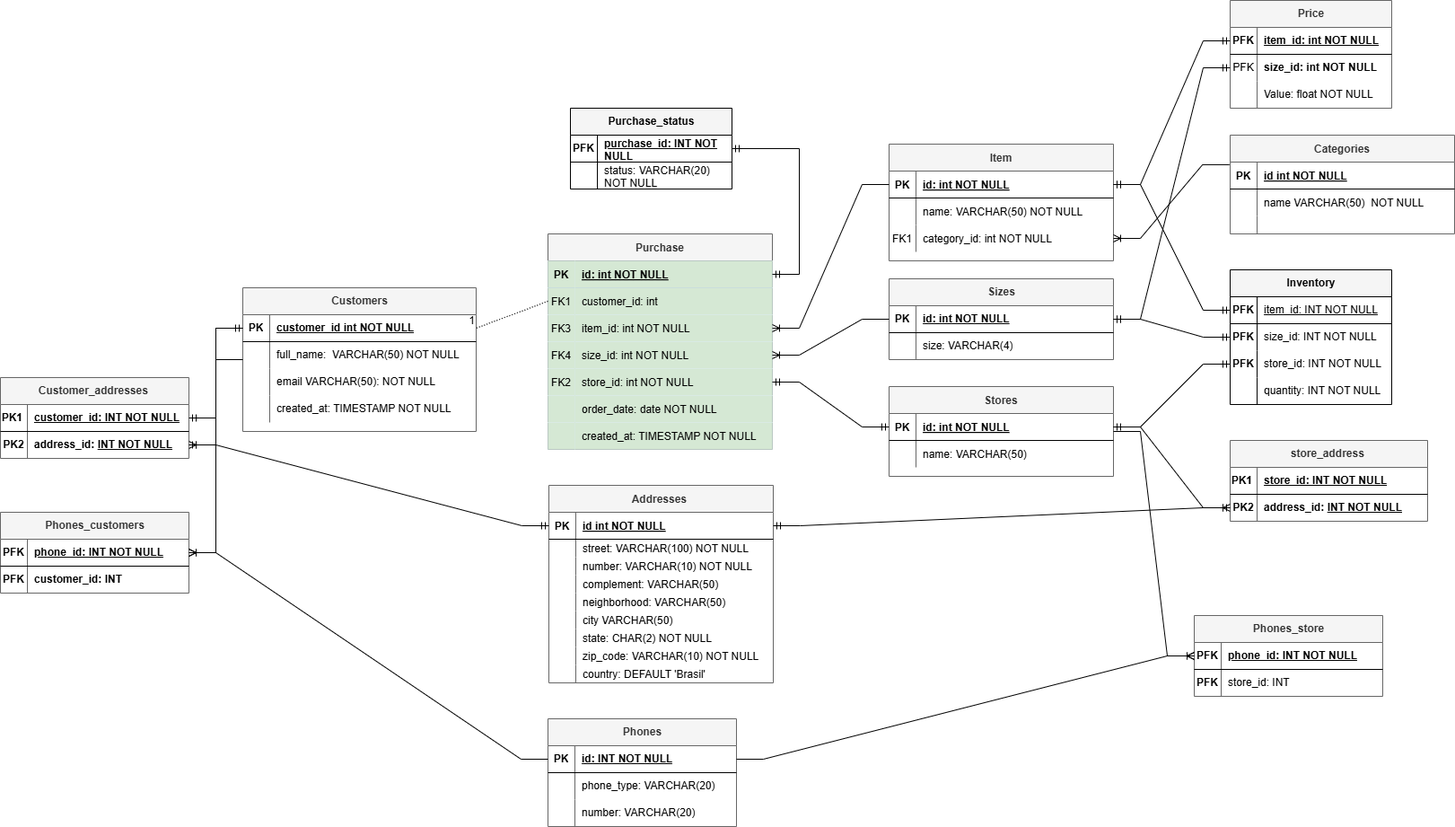
Before: E_commerce_OLTP_schema.png, a diagram exported from draw.io (ruancastro/e-commercy-database). Source tidied: cells renumbered, new cells last; positions are measured from the earlier drawing's top-left corner, leaving out a move shared by most shapes.
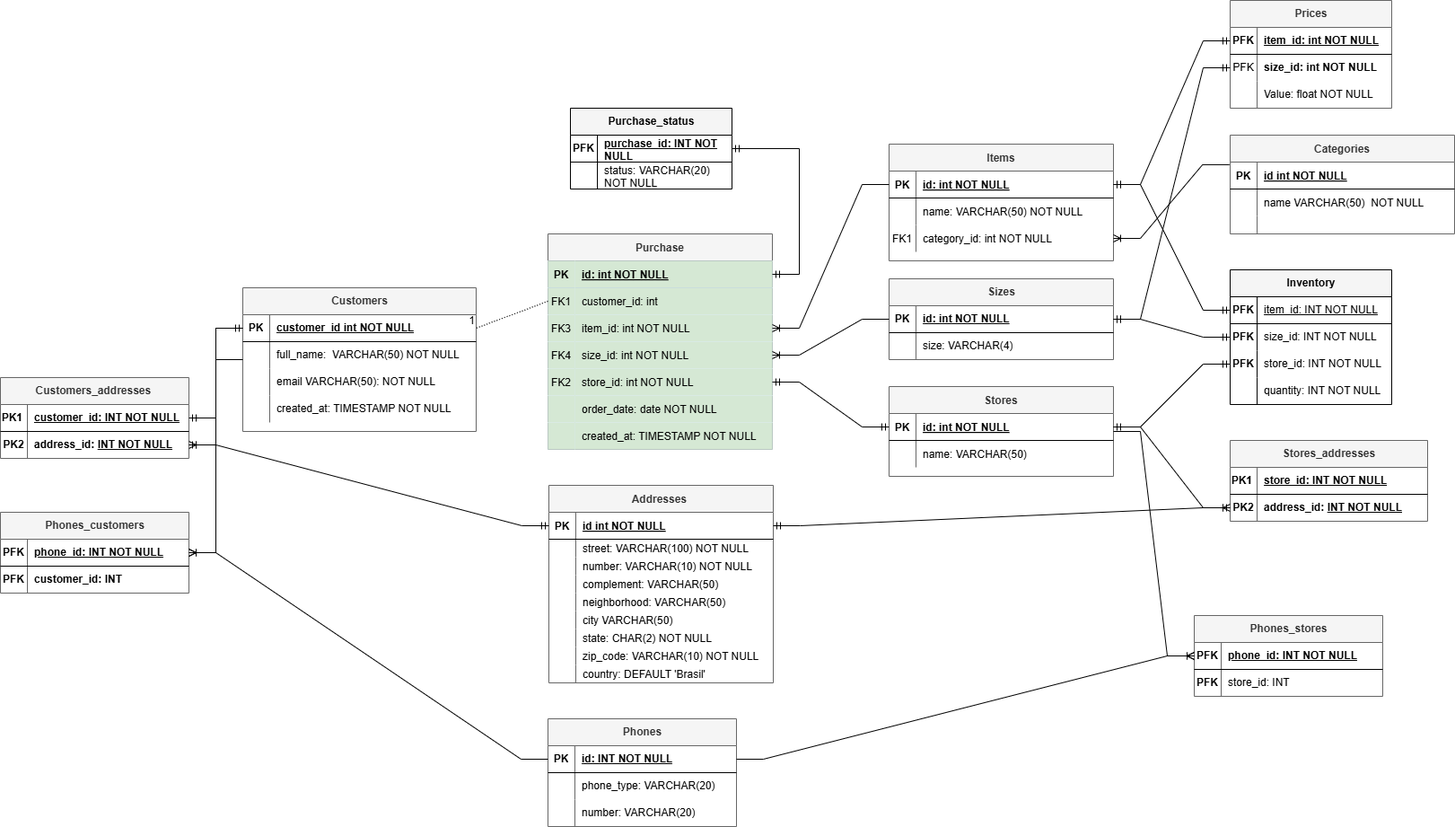
Above is the later version.

Commit message:
updating some tables names

The edit, as a diff of the source:
```diff
@@ -89,7 +89,7 @@
     <mxCell id="30" value="created_at: TIMESTAMP NOT NULL" style="shape=partialRectangle;overflow=hidden;fillColor=#d5e8d4;top=0;left=0;bottom=0;right=0;align=left;spacingLeft=6;strokeColor=#82b366;" parent="28" vertex="1">
       <mxGeometry x="30" width="220" height="30" as="geometry" />
     </mxCell>
-    <mxCell id="31" value="Item" style="shape=table;startSize=30;rowLines=0;fontStyle=1;align=center;fillColor=#f5f5f5;fontColor=#333333;strokeColor=#666666;" parent="1" vertex="1">
+    <mxCell id="31" value="Items" style="shape=table;startSize=30;rowLines=0;fontStyle=1;align=center;fillColor=#f5f5f5;fontColor=#333333;strokeColor=#666666;" parent="1" vertex="1">
       <mxGeometry x="990" y="160" width="250" height="130" as="geometry" />
     </mxCell>
     <mxCell id="32" style="shape=partialRectangle;fillColor=none;points=[[0,0.5],[1,0.5]];portConstraint=eastwest;top=0;left=0;right=0;bottom=1;" parent="31" vertex="1">
@@ -302,7 +302,7 @@
     <mxCell id="101" style="edgeStyle=entityRelationEdgeStyle;fontSize=12;html=1;endArrow=ERoneToMany;rounded=0;exitX=-0.003;exitY=0.098;exitDx=0;exitDy=0;exitPerimeter=0;" parent="1" edge="1" source="42" target="38">
       <mxGeometry relative="1" as="geometry" />
     </mxCell>
-    <mxCell id="102" value="Customer_addresses&amp;nbsp;" style="shape=table;startSize=30;rowLines=0;fontStyle=1;align=center;html=1;fillColor=#f5f5f5;fontColor=#333333;strokeColor=#666666;" parent="1" vertex="1">
+    <mxCell id="102" value="Customers_addresses&amp;nbsp;" style="shape=table;startSize=30;rowLines=0;fontStyle=1;align=center;html=1;fillColor=#f5f5f5;fontColor=#333333;strokeColor=#666666;" parent="1" vertex="1">
       <mxGeometry y="420" width="210" height="90" as="geometry" />
     </mxCell>
     <mxCell id="103" style="shape=tableRow;horizontal=0;startSize=0;swimlaneHead=0;swimlaneBody=0;fillColor=none;points=[[0,0.5],[1,0.5]];portConstraint=eastwest;top=0;left=0;right=0;bottom=1;" parent="102" vertex="1">
@@ -326,7 +326,7 @@
     <mxCell id="109" style="edgeStyle=entityRelationEdgeStyle;fontSize=12;html=1;endArrow=ERoneToMany;rounded=0;exitX=0;exitY=0.5;exitDx=0;exitDy=0;" parent="1" edge="1" source="80" target="106">
       <mxGeometry relative="1" as="geometry" />
     </mxCell>
-    <mxCell id="110" value="store_address&amp;nbsp;" style="shape=table;startSize=30;rowLines=0;fontStyle=1;align=center;html=1;fillColor=#f5f5f5;fontColor=#333333;strokeColor=#666666;" parent="1" vertex="1">
+    <mxCell id="110" value="Stores_addresses" style="shape=table;startSize=30;rowLines=0;fontStyle=1;align=center;html=1;fillColor=#f5f5f5;fontColor=#333333;strokeColor=#666666;" parent="1" vertex="1">
       <mxGeometry x="1370" y="490" width="220" height="90" as="geometry" />
     </mxCell>
     <mxCell id="111" style="shape=tableRow;horizontal=0;startSize=0;swimlaneHead=0;swimlaneBody=0;fillColor=none;top=0;left=0;right=0;bottom=1;" parent="110" vertex="1">
@@ -356,7 +356,7 @@
     <mxCell id="119" style="edgeStyle=entityRelationEdgeStyle;fontSize=12;html=1;endArrow=ERmandOne;startArrow=ERmandOne;rounded=0;exitX=1;exitY=0.5;exitDx=0;exitDy=0;" parent="1" edge="1" source="54" target="114">
       <mxGeometry relative="1" as="geometry" />
     </mxCell>
-    <mxCell id="120" value="Price" style="shape=table;startSize=30;rowLines=0;fontStyle=1;align=center;html=1;fillColor=#f5f5f5;fontColor=#333333;strokeColor=#666666;" parent="1" vertex="1">
+    <mxCell id="120" value="Prices" style="shape=table;startSize=30;rowLines=0;fontStyle=1;align=center;html=1;fillColor=#f5f5f5;fontColor=#333333;strokeColor=#666666;" parent="1" vertex="1">
       <mxGeometry x="1370" width="180" height="120" as="geometry" />
     </mxCell>
     <mxCell id="121" style="shape=tableRow;horizontal=0;startSize=0;swimlaneHead=0;swimlaneBody=0;fillColor=none;points=[[0,0.5],[1,0.5]];portConstraint=eastwest;top=0;left=0;right=0;bottom=1;" parent="120" vertex="1">
@@ -449,7 +449,7 @@
     <mxCell id="150" style="edgeStyle=entityRelationEdgeStyle;fontSize=12;html=1;endArrow=ERoneToMany;rounded=0;" parent="1" edge="1" source="141" target="95">
       <mxGeometry relative="1" as="geometry" />
     </mxCell>
-    <mxCell id="151" value="Phones_store" style="shape=table;startSize=30;rowLines=0;fontStyle=1;align=center;html=1;fillColor=#f5f5f5;fontColor=#333333;strokeColor=#666666;" parent="1" vertex="1">
+    <mxCell id="151" value="Phones_stores" style="shape=table;startSize=30;rowLines=0;fontStyle=1;align=center;html=1;fillColor=#f5f5f5;fontColor=#333333;strokeColor=#666666;" parent="1" vertex="1">
       <mxGeometry x="1330" y="685" width="210" height="90" as="geometry" />
     </mxCell>
     <mxCell id="152" style="shape=tableRow;horizontal=0;startSize=0;swimlaneHead=0;swimlaneBody=0;fillColor=none;points=[[0,0.5],[1,0.5]];portConstraint=eastwest;top=0;left=0;right=0;bottom=1;" parent="151" vertex="1">
```
